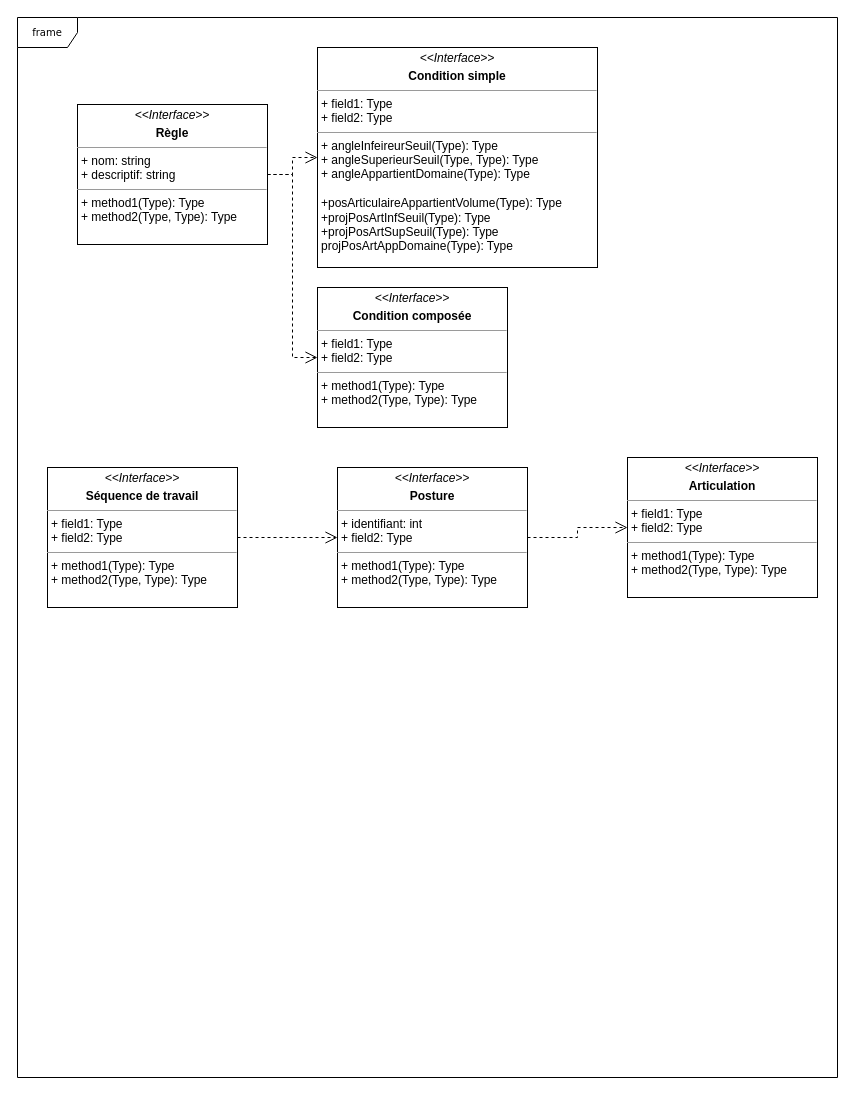
Above: MiniPOO-Diagramme de classe.drawio in lajoll1/MINI_POO222 (draw.io), before the change. Source tidied: cells renumbered, new cells numbered last; positions are measured from the earlier drawing's top-left corner, leaving out a move shared by most shapes. Both pictures are drawn from the tidied source at 100%, with x=0, y=0 at pixel (17, 17).
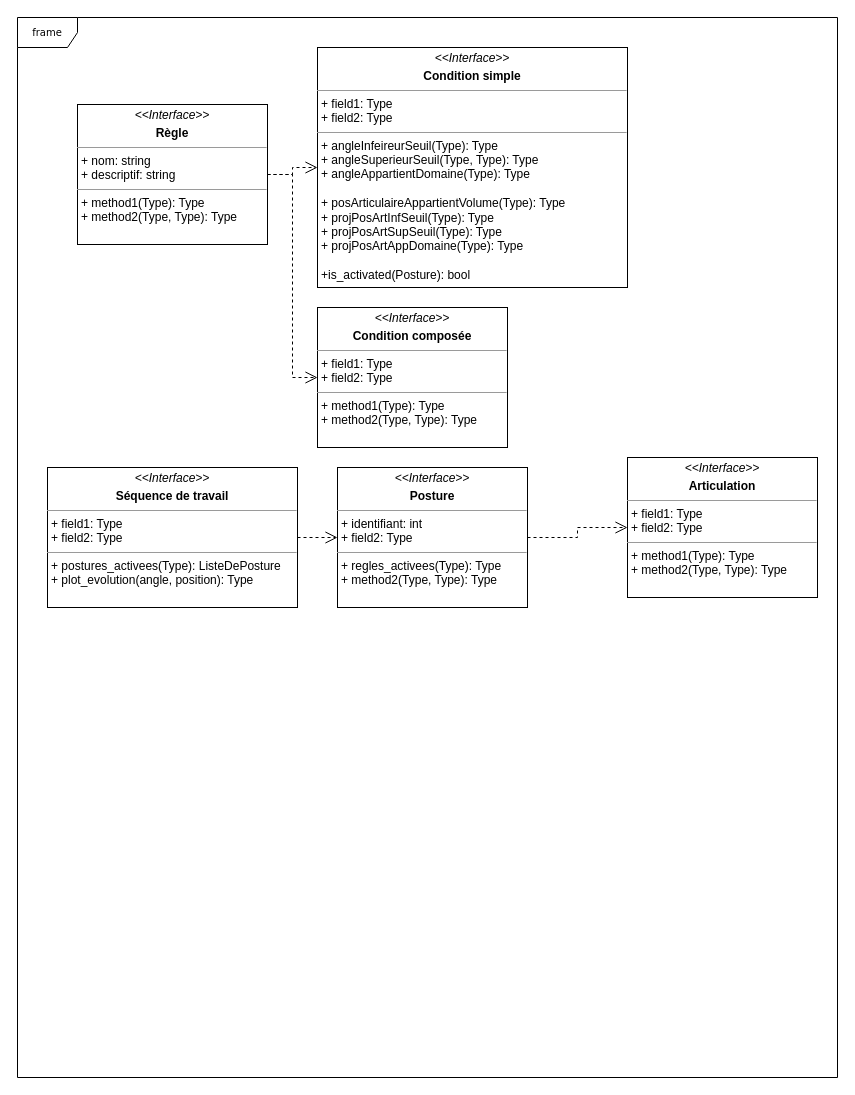
The same page after the edit.

Commit message:
Mettre à jour MiniPOO-Diagramme de classe.drawio

Diff of the diagram source:
```diff
@@
 <mxGraphModel>
   <root>
     <mxCell id="0" />
     <mxCell id="1" parent="0" />
     <mxCell id="2" value="frame" style="shape=umlFrame;whiteSpace=wrap;html=1;rounded=0;shadow=0;comic=0;labelBackgroundColor=none;strokeWidth=1;fontFamily=Verdana;fontSize=10;align=center;" parent="1" vertex="1">
       <mxGeometry width="820" height="1060" as="geometry" />
     </mxCell>
     <mxCell id="3" style="edgeStyle=orthogonalEdgeStyle;rounded=0;html=1;dashed=1;labelBackgroundColor=none;startFill=0;endArrow=open;endFill=0;endSize=10;fontFamily=Verdana;fontSize=10;entryX=0;entryY=0.5;entryDx=0;entryDy=0;" parent="1" edge="1" source="4" target="10">
       <mxGeometry relative="1" as="geometry" />
     </mxCell>
-    <mxCell id="4" value="&lt;p style=&quot;margin:0px;margin-top:4px;text-align:center;&quot;&gt;&lt;i&gt;&amp;lt;&amp;lt;Interface&amp;gt;&amp;gt;&lt;/i&gt;&lt;b&gt;&lt;br&gt;&lt;/b&gt;&lt;/p&gt;&lt;p style=&quot;margin:0px;margin-top:4px;text-align:center;&quot;&gt;&lt;b&gt;Posture&lt;/b&gt;&lt;br&gt;&lt;/p&gt;&lt;hr size=&quot;1&quot;&gt;&lt;p style=&quot;margin:0px;margin-left:4px;&quot;&gt;+ identifiant: int&lt;br&gt;+ field2: Type&lt;/p&gt;&lt;hr size=&quot;1&quot;&gt;&lt;p style=&quot;margin:0px;margin-left:4px;&quot;&gt;+ method1(Type): Type&lt;br&gt;+ method2(Type, Type): Type&lt;/p&gt;" style="verticalAlign=top;align=left;overflow=fill;fontSize=12;fontFamily=Helvetica;html=1;rounded=0;shadow=0;comic=0;labelBackgroundColor=none;strokeWidth=1;" parent="1" vertex="1">
+    <mxCell id="4" value="&lt;p style=&quot;margin:0px;margin-top:4px;text-align:center;&quot;&gt;&lt;i&gt;&amp;lt;&amp;lt;Interface&amp;gt;&amp;gt;&lt;/i&gt;&lt;b&gt;&lt;br&gt;&lt;/b&gt;&lt;/p&gt;&lt;p style=&quot;margin:0px;margin-top:4px;text-align:center;&quot;&gt;&lt;b&gt;Posture&lt;/b&gt;&lt;br&gt;&lt;/p&gt;&lt;hr size=&quot;1&quot;&gt;&lt;p style=&quot;margin:0px;margin-left:4px;&quot;&gt;+ identifiant: int&lt;br&gt;+ field2: Type&lt;/p&gt;&lt;hr size=&quot;1&quot;&gt;&lt;p style=&quot;margin:0px;margin-left:4px;&quot;&gt;+ regles_activees(Type): Type&lt;br&gt;+ method2(Type, Type): Type&lt;/p&gt;" style="verticalAlign=top;align=left;overflow=fill;fontSize=12;fontFamily=Helvetica;html=1;rounded=0;shadow=0;comic=0;labelBackgroundColor=none;strokeWidth=1;" parent="1" vertex="1">
       <mxGeometry x="320" y="450" width="190" height="140" as="geometry" />
     </mxCell>
     <mxCell id="5" style="edgeStyle=orthogonalEdgeStyle;rounded=0;html=1;labelBackgroundColor=none;startFill=0;endArrow=open;endFill=0;endSize=10;fontFamily=Verdana;fontSize=10;dashed=1;entryX=0;entryY=0.5;entryDx=0;entryDy=0;" parent="1" edge="1" source="6" target="8">
       <mxGeometry relative="1" as="geometry" />
     </mxCell>
     <mxCell id="6" value="&lt;p style=&quot;margin:0px;margin-top:4px;text-align:center;&quot;&gt;&lt;i&gt;&amp;lt;&amp;lt;Interface&amp;gt;&amp;gt;&lt;/i&gt;&lt;b&gt;&lt;br&gt;&lt;/b&gt;&lt;/p&gt;&lt;p style=&quot;margin:0px;margin-top:4px;text-align:center;&quot;&gt;&lt;b&gt;Règle&lt;/b&gt;&lt;br&gt;&lt;/p&gt;&lt;hr size=&quot;1&quot;&gt;&lt;p style=&quot;margin:0px;margin-left:4px;&quot;&gt;+ nom: string&lt;br&gt;+ descriptif: string&lt;/p&gt;&lt;hr size=&quot;1&quot;&gt;&lt;p style=&quot;margin:0px;margin-left:4px;&quot;&gt;+ method1(Type): Type&lt;br&gt;+ method2(Type, Type): Type&lt;/p&gt;" style="verticalAlign=top;align=left;overflow=fill;fontSize=12;fontFamily=Helvetica;html=1;rounded=0;shadow=0;comic=0;labelBackgroundColor=none;strokeWidth=1;" parent="1" vertex="1">
       <mxGeometry x="60" y="87" width="190" height="140" as="geometry" />
     </mxCell>
-    <mxCell id="7" value="&lt;p style=&quot;margin:0px;margin-top:4px;text-align:center;&quot;&gt;&lt;i&gt;&amp;lt;&amp;lt;Interface&amp;gt;&amp;gt;&lt;/i&gt;&lt;/p&gt;&lt;p style=&quot;margin:0px;margin-top:4px;text-align:center;&quot;&gt;&lt;b&gt;Séquence de travail&lt;/b&gt;&lt;br&gt;&lt;/p&gt;&lt;hr size=&quot;1&quot;&gt;&lt;p style=&quot;margin:0px;margin-left:4px;&quot;&gt;+ field1: Type&lt;br&gt;+ field2: Type&lt;/p&gt;&lt;hr size=&quot;1&quot;&gt;&lt;p style=&quot;margin:0px;margin-left:4px;&quot;&gt;+ method1(Type): Type&lt;br&gt;+ method2(Type, Type): Type&lt;/p&gt;" style="verticalAlign=top;align=left;overflow=fill;fontSize=12;fontFamily=Helvetica;html=1;rounded=0;shadow=0;comic=0;labelBackgroundColor=none;strokeWidth=1;" parent="1" vertex="1">
-      <mxGeometry x="30" y="450" width="190" height="140" as="geometry" />
+    <mxCell id="7" value="&lt;p style=&quot;margin:0px;margin-top:4px;text-align:center;&quot;&gt;&lt;i&gt;&amp;lt;&amp;lt;Interface&amp;gt;&amp;gt;&lt;/i&gt;&lt;/p&gt;&lt;p style=&quot;margin:0px;margin-top:4px;text-align:center;&quot;&gt;&lt;b&gt;Séquence de travail&lt;/b&gt;&lt;br&gt;&lt;/p&gt;&lt;hr size=&quot;1&quot;&gt;&lt;p style=&quot;margin:0px;margin-left:4px;&quot;&gt;+ field1: Type&lt;br&gt;+ field2: Type&lt;/p&gt;&lt;hr size=&quot;1&quot;&gt;&lt;p style=&quot;margin:0px;margin-left:4px;&quot;&gt;+ postures_activees(Type): ListeDePosture&lt;br&gt;&lt;/p&gt;&lt;p style=&quot;margin:0px;margin-left:4px;&quot;&gt;+ plot_evolution(angle, position): Type&lt;/p&gt;&lt;div title=&quot;Page 4&quot; class=&quot;page&quot;&gt;&lt;div class=&quot;layoutArea&quot;&gt;&lt;div class=&quot;column&quot;&gt;&lt;ul style=&quot;list-style-type: none&quot;&gt;&lt;li&gt;&lt;br&gt;&lt;/li&gt;&lt;/ul&gt;&lt;/div&gt;&lt;/div&gt;&lt;/div&gt;" style="verticalAlign=top;align=left;overflow=fill;fontSize=12;fontFamily=Helvetica;html=1;rounded=0;shadow=0;comic=0;labelBackgroundColor=none;strokeWidth=1;" parent="1" vertex="1">
+      <mxGeometry x="30" y="450" width="250" height="140" as="geometry" />
     </mxCell>
-    <mxCell id="8" value="&lt;p style=&quot;margin:0px;margin-top:4px;text-align:center;&quot;&gt;&lt;i&gt;&amp;lt;&amp;lt;Interface&amp;gt;&amp;gt;&lt;/i&gt;&lt;b&gt;&lt;br&gt;&lt;/b&gt;&lt;/p&gt;&lt;p style=&quot;margin:0px;margin-top:4px;text-align:center;&quot;&gt;&lt;b&gt;Condition simple&lt;/b&gt;&lt;br&gt;&lt;/p&gt;&lt;hr size=&quot;1&quot;&gt;&lt;p style=&quot;margin:0px;margin-left:4px;&quot;&gt;+ field1: Type&lt;br&gt;+ field2: Type&lt;/p&gt;&lt;hr size=&quot;1&quot;&gt;&lt;p style=&quot;margin:0px;margin-left:4px;&quot;&gt;+ angleInfeireurSeuil(Type): Type&lt;br&gt;+ angleSuperieurSeuil(Type, Type): Type&lt;/p&gt;&lt;p style=&quot;margin:0px;margin-left:4px;&quot;&gt;+ angleAppartientDomaine(Type): Type&lt;/p&gt;&lt;p style=&quot;margin:0px;margin-left:4px;&quot;&gt;&lt;br&gt;&lt;/p&gt;&lt;p style=&quot;margin:0px;margin-left:4px;&quot;&gt;+posArticulaireAppartientVolume(Type): Type&lt;/p&gt;&lt;p style=&quot;margin:0px;margin-left:4px;&quot;&gt;+projPosArtInfSeuil(Type): Type&lt;/p&gt;&lt;p style=&quot;margin:0px;margin-left:4px;&quot;&gt;+projPosArtSupSeuil(Type): Type&lt;br&gt;&lt;/p&gt;&lt;p style=&quot;margin:0px;margin-left:4px;&quot;&gt;projPosArtAppDomaine(Type): Type&lt;br&gt;&lt;/p&gt;" style="verticalAlign=top;align=left;overflow=fill;fontSize=12;fontFamily=Helvetica;html=1;rounded=0;shadow=0;comic=0;labelBackgroundColor=none;strokeWidth=1;" parent="1" vertex="1">
-      <mxGeometry x="300" y="30" width="280" height="220" as="geometry" />
+    <mxCell id="8" value="&lt;p style=&quot;margin:0px;margin-top:4px;text-align:center;&quot;&gt;&lt;i&gt;&amp;lt;&amp;lt;Interface&amp;gt;&amp;gt;&lt;/i&gt;&lt;b&gt;&lt;br&gt;&lt;/b&gt;&lt;/p&gt;&lt;p style=&quot;margin:0px;margin-top:4px;text-align:center;&quot;&gt;&lt;b&gt;Condition simple&lt;/b&gt;&lt;br&gt;&lt;/p&gt;&lt;hr size=&quot;1&quot;&gt;&lt;p style=&quot;margin:0px;margin-left:4px;&quot;&gt;+ field1: Type&lt;br&gt;+ field2: Type&lt;/p&gt;&lt;hr size=&quot;1&quot;&gt;&lt;p style=&quot;margin:0px;margin-left:4px;&quot;&gt;+ angleInfeireurSeuil(Type): Type&lt;br&gt;+ angleSuperieurSeuil(Type, Type): Type&lt;/p&gt;&lt;p style=&quot;margin:0px;margin-left:4px;&quot;&gt;+ angleAppartientDomaine(Type): Type&lt;/p&gt;&lt;p style=&quot;margin:0px;margin-left:4px;&quot;&gt;&lt;br&gt;&lt;/p&gt;&lt;p style=&quot;margin:0px;margin-left:4px;&quot;&gt;+ posArticulaireAppartientVolume(Type): Type&lt;/p&gt;&lt;p style=&quot;margin:0px;margin-left:4px;&quot;&gt;+ projPosArtInfSeuil(Type): Type&lt;/p&gt;&lt;p style=&quot;margin:0px;margin-left:4px;&quot;&gt;+ projPosArtSupSeuil(Type): Type&lt;br&gt;&lt;/p&gt;&lt;p style=&quot;margin:0px;margin-left:4px;&quot;&gt;+ projPosArtAppDomaine(Type): Type&lt;/p&gt;&lt;p style=&quot;margin:0px;margin-left:4px;&quot;&gt;&lt;br&gt;&lt;/p&gt;&lt;p style=&quot;margin:0px;margin-left:4px;&quot;&gt;+is_activated(Posture): bool&lt;br/&gt;&lt;br/&gt;    &lt;br/&gt;   &lt;br/&gt;  &lt;/p&gt;&lt;br/&gt; &lt;br/&gt;" style="verticalAlign=top;align=left;overflow=fill;fontSize=12;fontFamily=Helvetica;html=1;rounded=0;shadow=0;comic=0;labelBackgroundColor=none;strokeWidth=1;" parent="1" vertex="1">
+      <mxGeometry x="300" y="30" width="310" height="240" as="geometry" />
     </mxCell>
     <mxCell id="9" value="&lt;p style=&quot;margin:0px;margin-top:4px;text-align:center;&quot;&gt;&lt;i&gt;&amp;lt;&amp;lt;Interface&amp;gt;&amp;gt;&lt;/i&gt;&lt;b&gt;&lt;br&gt;&lt;/b&gt;&lt;/p&gt;&lt;p style=&quot;margin:0px;margin-top:4px;text-align:center;&quot;&gt;&lt;b&gt;Condition composée&lt;/b&gt;&lt;br&gt;&lt;/p&gt;&lt;hr size=&quot;1&quot;&gt;&lt;p style=&quot;margin:0px;margin-left:4px;&quot;&gt;+ field1: Type&lt;br&gt;+ field2: Type&lt;/p&gt;&lt;hr size=&quot;1&quot;&gt;&lt;p style=&quot;margin:0px;margin-left:4px;&quot;&gt;+ method1(Type): Type&lt;br&gt;+ method2(Type, Type): Type&lt;/p&gt;" style="verticalAlign=top;align=left;overflow=fill;fontSize=12;fontFamily=Helvetica;html=1;rounded=0;shadow=0;comic=0;labelBackgroundColor=none;strokeWidth=1;" parent="1" vertex="1">
-      <mxGeometry x="300" y="270" width="190" height="140" as="geometry" />
+      <mxGeometry x="300" y="290" width="190" height="140" as="geometry" />
     </mxCell>
     <mxCell id="10" value="&lt;p style=&quot;margin:0px;margin-top:4px;text-align:center;&quot;&gt;&lt;i&gt;&amp;lt;&amp;lt;Interface&amp;gt;&amp;gt;&lt;/i&gt;&lt;b&gt;&lt;br&gt;&lt;/b&gt;&lt;/p&gt;&lt;p style=&quot;margin:0px;margin-top:4px;text-align:center;&quot;&gt;&lt;b&gt;Articulation&lt;/b&gt;&lt;br&gt;&lt;/p&gt;&lt;hr size=&quot;1&quot;&gt;&lt;p style=&quot;margin:0px;margin-left:4px;&quot;&gt;+ field1: Type&lt;br&gt;+ field2: Type&lt;/p&gt;&lt;hr size=&quot;1&quot;&gt;&lt;p style=&quot;margin:0px;margin-left:4px;&quot;&gt;+ method1(Type): Type&lt;br&gt;+ method2(Type, Type): Type&lt;/p&gt;" style="verticalAlign=top;align=left;overflow=fill;fontSize=12;fontFamily=Helvetica;html=1;rounded=0;shadow=0;comic=0;labelBackgroundColor=none;strokeWidth=1;" parent="1" vertex="1">
       <mxGeometry x="610" y="440" width="190" height="140" as="geometry" />
     </mxCell>
     <mxCell id="11" style="edgeStyle=orthogonalEdgeStyle;rounded=0;html=1;labelBackgroundColor=none;startFill=0;endArrow=open;endFill=0;endSize=10;fontFamily=Verdana;fontSize=10;dashed=1;entryX=0;entryY=0.5;entryDx=0;entryDy=0;exitX=1;exitY=0.5;exitDx=0;exitDy=0;" parent="1" edge="1" source="6" target="9">
       <mxGeometry relative="1" as="geometry" />
     </mxCell>
     <mxCell id="12" style="edgeStyle=orthogonalEdgeStyle;rounded=0;html=1;dashed=1;labelBackgroundColor=none;startFill=0;endArrow=open;endFill=0;endSize=10;fontFamily=Verdana;fontSize=10;exitX=1;exitY=0.5;exitDx=0;exitDy=0;" parent="1" edge="1" source="7" target="4">
       <mxGeometry relative="1" as="geometry" />
     </mxCell>
   </root>
 </mxGraphModel>
```
